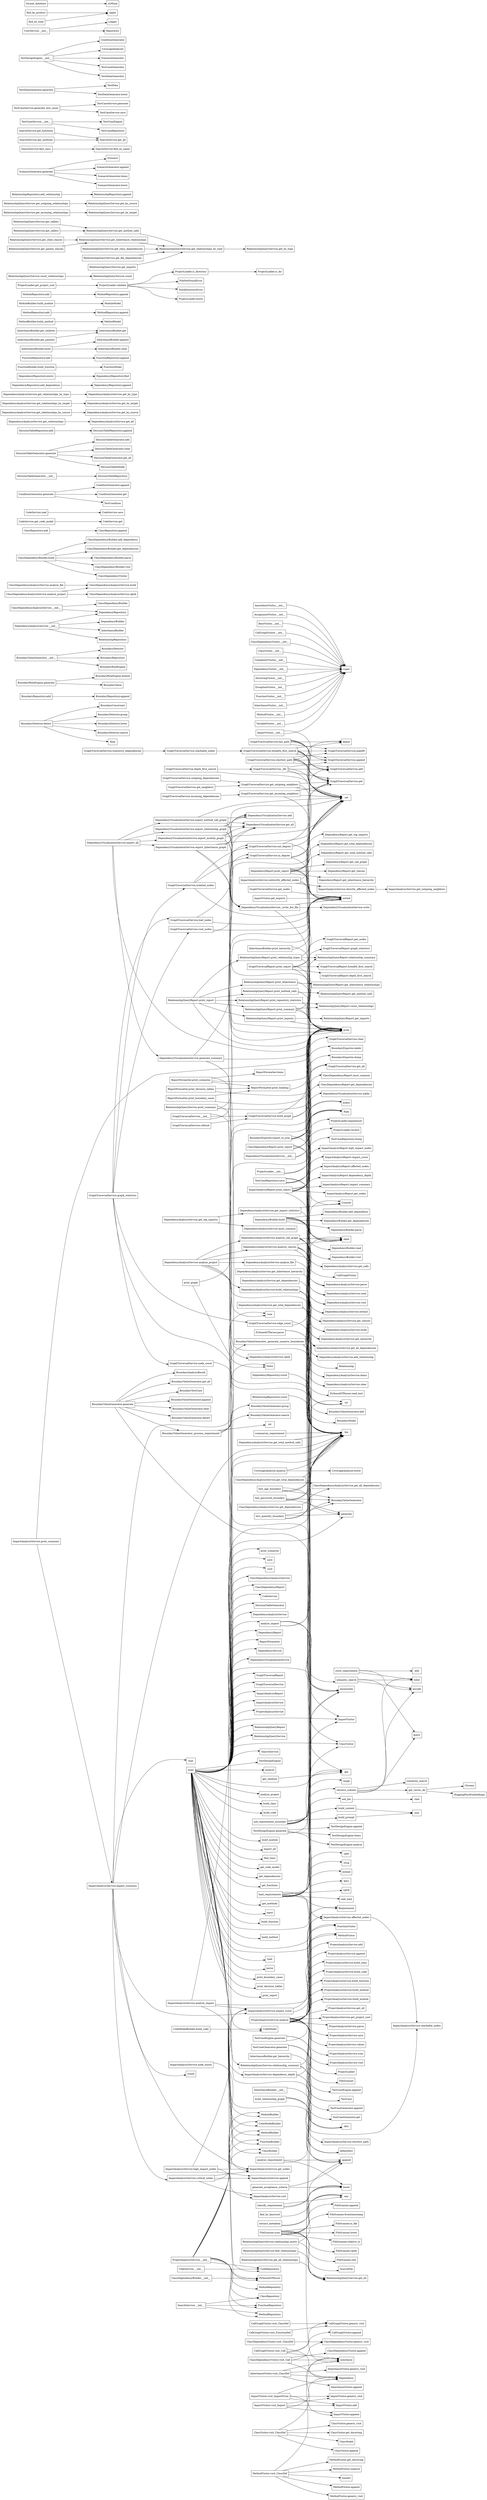
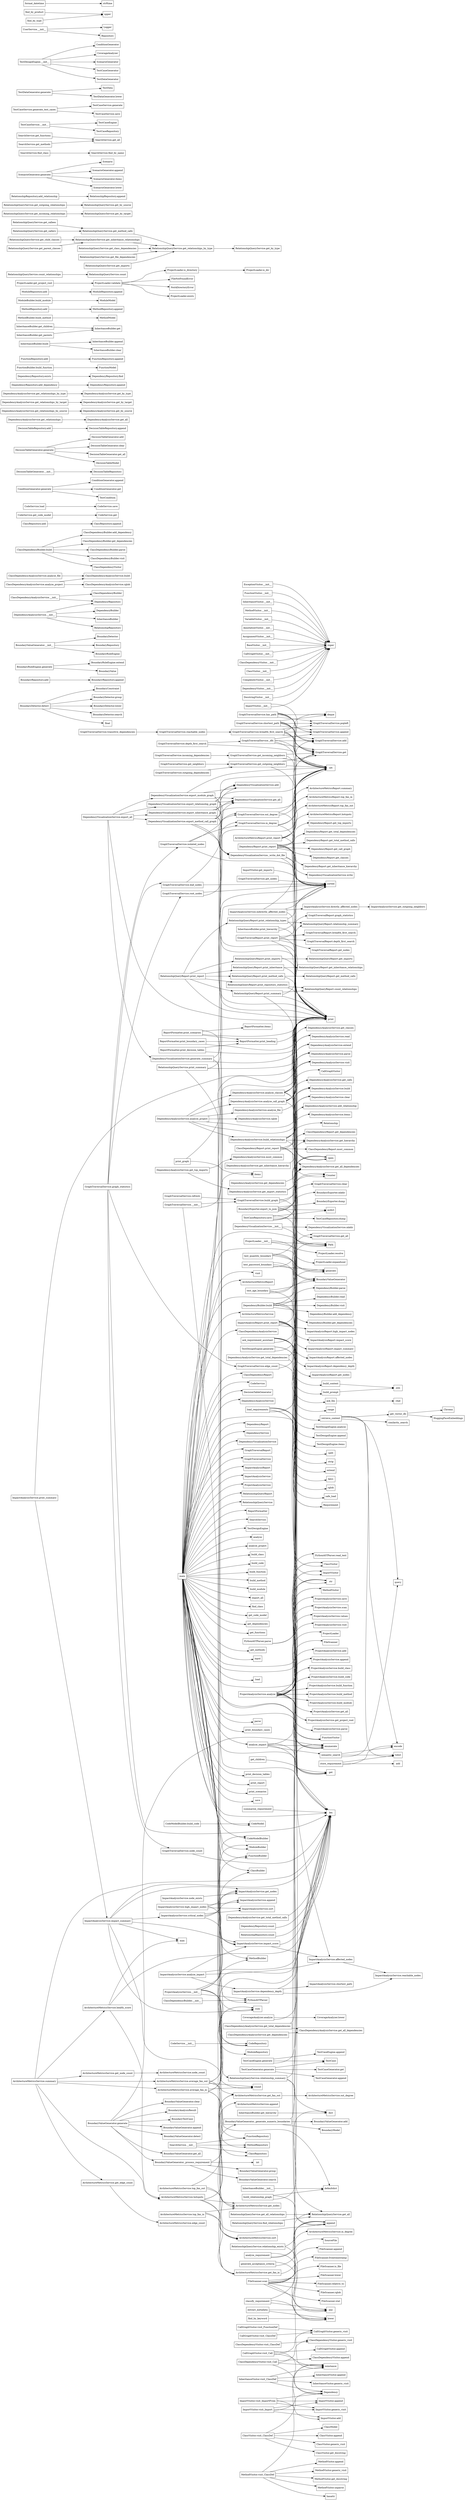
digraph "Method Call Graph" {
    rankdir=LR;
    node [shape=box];

    "AnnotationVisitor.__init__" -> "super";
+     "ArchitectureMetricsReport.print_report" -> "ArchitectureMetricsReport.hotspots";
+     "ArchitectureMetricsReport.print_report" -> "ArchitectureMetricsReport.summary";
+     "ArchitectureMetricsReport.print_report" -> "ArchitectureMetricsReport.top_fan_in";
+     "ArchitectureMetricsReport.print_report" -> "ArchitectureMetricsReport.top_fan_out";
+     "ArchitectureMetricsReport.print_report" -> "print";
+     "ArchitectureMetricsService.average_fan_in" -> "ArchitectureMetricsService.get_fan_in";
+     "ArchitectureMetricsService.average_fan_in" -> "ArchitectureMetricsService.get_nodes";
+     "ArchitectureMetricsService.average_fan_in" -> "len";
+     "ArchitectureMetricsService.average_fan_in" -> "round";
+     "ArchitectureMetricsService.average_fan_in" -> "sum";
+     "ArchitectureMetricsService.average_fan_out" -> "ArchitectureMetricsService.get_fan_out";
+     "ArchitectureMetricsService.average_fan_out" -> "ArchitectureMetricsService.get_nodes";
+     "ArchitectureMetricsService.average_fan_out" -> "len";
+     "ArchitectureMetricsService.average_fan_out" -> "round";
+     "ArchitectureMetricsService.average_fan_out" -> "sum";
+     "ArchitectureMetricsService.get_edge_count" -> "ArchitectureMetricsService.edge_count";
+     "ArchitectureMetricsService.get_fan_in" -> "ArchitectureMetricsService.in_degree";
+     "ArchitectureMetricsService.get_fan_out" -> "ArchitectureMetricsService.out_degree";
+     "ArchitectureMetricsService.get_node_count" -> "ArchitectureMetricsService.node_count";
+     "ArchitectureMetricsService.health_score" -> "ArchitectureMetricsService.hotspots";
+     "ArchitectureMetricsService.health_score" -> "len";
+     "ArchitectureMetricsService.health_score" -> "max";
+     "ArchitectureMetricsService.hotspots" -> "ArchitectureMetricsService.append";
+     "ArchitectureMetricsService.hotspots" -> "ArchitectureMetricsService.get_fan_in";
+     "ArchitectureMetricsService.hotspots" -> "ArchitectureMetricsService.get_fan_out";
+     "ArchitectureMetricsService.hotspots" -> "ArchitectureMetricsService.get_nodes";
+     "ArchitectureMetricsService.hotspots" -> "ArchitectureMetricsService.sort";
+     "ArchitectureMetricsService.summary" -> "ArchitectureMetricsService.average_fan_in";
+     "ArchitectureMetricsService.summary" -> "ArchitectureMetricsService.average_fan_out";
+     "ArchitectureMetricsService.summary" -> "ArchitectureMetricsService.get_edge_count";
+     "ArchitectureMetricsService.summary" -> "ArchitectureMetricsService.get_node_count";
+     "ArchitectureMetricsService.summary" -> "ArchitectureMetricsService.health_score";
+     "ArchitectureMetricsService.summary" -> "ArchitectureMetricsService.hotspots";
+     "ArchitectureMetricsService.summary" -> "len";
+     "ArchitectureMetricsService.top_fan_in" -> "ArchitectureMetricsService.get_fan_in";
+     "ArchitectureMetricsService.top_fan_in" -> "ArchitectureMetricsService.get_nodes";
+     "ArchitectureMetricsService.top_fan_in" -> "ArchitectureMetricsService.sort";
+     "ArchitectureMetricsService.top_fan_out" -> "ArchitectureMetricsService.get_fan_out";
+     "ArchitectureMetricsService.top_fan_out" -> "ArchitectureMetricsService.get_nodes";
+     "ArchitectureMetricsService.top_fan_out" -> "ArchitectureMetricsService.sort";
    "AssignmentVisitor.__init__" -> "super";
    "BaseVisitor.__init__" -> "super";
    "BoundaryDetector.detect" -> "BoundaryConstraint";
    "BoundaryDetector.detect" -> "BoundaryDetector.group";
    "BoundaryDetector.detect" -> "BoundaryDetector.lower";
    "BoundaryDetector.detect" -> "BoundaryDetector.search";
    "BoundaryDetector.detect" -> "float";
    "BoundaryExporter.export_to_json" -> "BoundaryExporter.dump";
    "BoundaryExporter.export_to_json" -> "BoundaryExporter.mkdir";
    "BoundaryExporter.export_to_json" -> "Path";
    "BoundaryExporter.export_to_json" -> "asdict";
    "BoundaryExporter.export_to_json" -> "open";
    "BoundaryExporter.export_to_json" -> "print";
    "BoundaryRepository.add" -> "BoundaryRepository.append";
    "BoundaryRuleEngine.generate" -> "BoundaryRuleEngine.extend";
    "BoundaryRuleEngine.generate" -> "BoundaryValue";
    "BoundaryValueGenerator.__init__" -> "BoundaryDetector";
    "BoundaryValueGenerator.__init__" -> "BoundaryRepository";
    "BoundaryValueGenerator.__init__" -> "BoundaryRuleEngine";
    "BoundaryValueGenerator._generate_numeric_boundaries" -> "BoundaryModel";
    "BoundaryValueGenerator._generate_numeric_boundaries" -> "BoundaryValueGenerator.add";
    "BoundaryValueGenerator._generate_numeric_boundaries" -> "str";
    "BoundaryValueGenerator._process_requirement" -> "BoundaryValueGenerator._generate_numeric_boundaries";
    "BoundaryValueGenerator._process_requirement" -> "BoundaryValueGenerator.group";
    "BoundaryValueGenerator._process_requirement" -> "BoundaryValueGenerator.search";
    "BoundaryValueGenerator._process_requirement" -> "int";
    "BoundaryValueGenerator.generate" -> "BoundaryAnalysisResult";
    "BoundaryValueGenerator.generate" -> "BoundaryTestCase";
    "BoundaryValueGenerator.generate" -> "BoundaryValueGenerator._process_requirement";
    "BoundaryValueGenerator.generate" -> "BoundaryValueGenerator.append";
    "BoundaryValueGenerator.generate" -> "BoundaryValueGenerator.clear";
    "BoundaryValueGenerator.generate" -> "BoundaryValueGenerator.detect";
    "BoundaryValueGenerator.generate" -> "BoundaryValueGenerator.get_all";
    "BoundaryValueGenerator.generate" -> "enumerate";
    "CallGraphVisitor.__init__" -> "super";
    "CallGraphVisitor.visit_Call" -> "CallGraphVisitor.append";
    "CallGraphVisitor.visit_Call" -> "CallGraphVisitor.generic_visit";
    "CallGraphVisitor.visit_Call" -> "Dependency";
    "CallGraphVisitor.visit_Call" -> "isinstance";
    "CallGraphVisitor.visit_ClassDef" -> "CallGraphVisitor.generic_visit";
    "CallGraphVisitor.visit_FunctionDef" -> "CallGraphVisitor.generic_visit";
    "ClassDependencyAnalysisService.__init__" -> "ClassDependencyBuilder";
    "ClassDependencyAnalysisService.__init__" -> "DependencyRepository";
    "ClassDependencyAnalysisService.analyze_file" -> "ClassDependencyAnalysisService.build";
    "ClassDependencyAnalysisService.analyze_project" -> "ClassDependencyAnalysisService.build";
    "ClassDependencyAnalysisService.analyze_project" -> "ClassDependencyAnalysisService.rglob";
    "ClassDependencyAnalysisService.get_dependencies" -> "ClassDependencyAnalysisService.get_all_dependencies";
    "ClassDependencyAnalysisService.get_total_dependencies" -> "ClassDependencyAnalysisService.get_all_dependencies";
    "ClassDependencyAnalysisService.get_total_dependencies" -> "len";
    "ClassDependencyBuilder.__init__" -> "PythonASTParser";
    "ClassDependencyBuilder.build" -> "ClassDependencyBuilder.add_dependency";
    "ClassDependencyBuilder.build" -> "ClassDependencyBuilder.get_dependencies";
    "ClassDependencyBuilder.build" -> "ClassDependencyBuilder.parse";
    "ClassDependencyBuilder.build" -> "ClassDependencyBuilder.visit";
    "ClassDependencyBuilder.build" -> "ClassDependencyVisitor";
    "ClassDependencyReport.print_report" -> "ClassDependencyReport.get_dependencies";
    "ClassDependencyReport.print_report" -> "ClassDependencyReport.most_common";
    "ClassDependencyReport.print_report" -> "Counter";
    "ClassDependencyReport.print_report" -> "len";
    "ClassDependencyReport.print_report" -> "print";
    "ClassDependencyVisitor.__init__" -> "super";
    "ClassDependencyVisitor.visit_Call" -> "ClassDependencyVisitor.append";
    "ClassDependencyVisitor.visit_Call" -> "ClassDependencyVisitor.generic_visit";
    "ClassDependencyVisitor.visit_Call" -> "Dependency";
    "ClassDependencyVisitor.visit_Call" -> "isinstance";
    "ClassDependencyVisitor.visit_ClassDef" -> "ClassDependencyVisitor.generic_visit";
    "ClassRepository.add" -> "ClassRepository.append";
    "ClassVisitor.__init__" -> "super";
    "ClassVisitor.visit_ClassDef" -> "ClassModel";
    "ClassVisitor.visit_ClassDef" -> "ClassVisitor.append";
    "ClassVisitor.visit_ClassDef" -> "ClassVisitor.generic_visit";
    "ClassVisitor.visit_ClassDef" -> "ClassVisitor.get_docstring";
    "ClassVisitor.visit_ClassDef" -> "isinstance";
    "CodeModelBuilder.build_code" -> "CodeModel";
    "CodeService.__init__" -> "CodeRepository";
    "CodeService.get_code_model" -> "CodeService.get";
    "CodeService.load" -> "CodeService.save";
    "ComplexityVisitor.__init__" -> "super";
    "ConditionGenerator.generate" -> "ConditionGenerator.append";
    "ConditionGenerator.generate" -> "ConditionGenerator.get";
    "ConditionGenerator.generate" -> "TestCondition";
    "CoverageAnalyzer.analyze" -> "CoverageAnalyzer.lower";
    "CoverageAnalyzer.analyze" -> "len";
    "DecisionTableGenerator.__init__" -> "DecisionTableRepository";
    "DecisionTableGenerator.generate" -> "DecisionTableGenerator.add";
    "DecisionTableGenerator.generate" -> "DecisionTableGenerator.clear";
    "DecisionTableGenerator.generate" -> "DecisionTableGenerator.get_all";
    "DecisionTableGenerator.generate" -> "DecisionTableModel";
    "DecisionTableRepository.add" -> "DecisionTableRepository.append";
    "DependencyAnalysisService.__init__" -> "DependencyBuilder";
    "DependencyAnalysisService.__init__" -> "DependencyRepository";
    "DependencyAnalysisService.__init__" -> "InheritanceBuilder";
    "DependencyAnalysisService.__init__" -> "RelationshipRepository";
    "DependencyAnalysisService.analyze_call_graph" -> "CallGraphVisitor";
    "DependencyAnalysisService.analyze_call_graph" -> "DependencyAnalysisService.extend";
    "DependencyAnalysisService.analyze_call_graph" -> "DependencyAnalysisService.get_calls";
    "DependencyAnalysisService.analyze_call_graph" -> "DependencyAnalysisService.parse";
    "DependencyAnalysisService.analyze_call_graph" -> "DependencyAnalysisService.read";
    "DependencyAnalysisService.analyze_call_graph" -> "DependencyAnalysisService.visit";
    "DependencyAnalysisService.analyze_call_graph" -> "open";
    "DependencyAnalysisService.analyze_classes" -> "ClassVisitor";
    "DependencyAnalysisService.analyze_classes" -> "DependencyAnalysisService.extend";
    "DependencyAnalysisService.analyze_classes" -> "DependencyAnalysisService.get_classes";
    "DependencyAnalysisService.analyze_classes" -> "DependencyAnalysisService.parse";
    "DependencyAnalysisService.analyze_classes" -> "DependencyAnalysisService.read";
    "DependencyAnalysisService.analyze_classes" -> "DependencyAnalysisService.visit";
    "DependencyAnalysisService.analyze_classes" -> "open";
    "DependencyAnalysisService.analyze_file" -> "DependencyAnalysisService.build";
    "DependencyAnalysisService.analyze_project" -> "DependencyAnalysisService.analyze_call_graph";
    "DependencyAnalysisService.analyze_project" -> "DependencyAnalysisService.analyze_classes";
    "DependencyAnalysisService.analyze_project" -> "DependencyAnalysisService.analyze_file";
    "DependencyAnalysisService.analyze_project" -> "DependencyAnalysisService.build";
    "DependencyAnalysisService.analyze_project" -> "DependencyAnalysisService.build_relationships";
    "DependencyAnalysisService.analyze_project" -> "DependencyAnalysisService.clear";
    "DependencyAnalysisService.analyze_project" -> "DependencyAnalysisService.rglob";
    "DependencyAnalysisService.build_relationships" -> "DependencyAnalysisService.add_relationship";
    "DependencyAnalysisService.build_relationships" -> "DependencyAnalysisService.clear";
    "DependencyAnalysisService.build_relationships" -> "DependencyAnalysisService.get_all_dependencies";
    "DependencyAnalysisService.build_relationships" -> "DependencyAnalysisService.get_hierarchy";
    "DependencyAnalysisService.build_relationships" -> "DependencyAnalysisService.items";
    "DependencyAnalysisService.build_relationships" -> "Relationship";
    "DependencyAnalysisService.get_dependencies" -> "DependencyAnalysisService.get_all_dependencies";
    "DependencyAnalysisService.get_import_statistics" -> "Counter";
    "DependencyAnalysisService.get_import_statistics" -> "DependencyAnalysisService.get_all_dependencies";
    "DependencyAnalysisService.get_inheritance_hierarchy" -> "DependencyAnalysisService.get_hierarchy";
    "DependencyAnalysisService.get_relationships" -> "DependencyAnalysisService.get_all";
    "DependencyAnalysisService.get_relationships_by_source" -> "DependencyAnalysisService.get_by_source";
    "DependencyAnalysisService.get_relationships_by_target" -> "DependencyAnalysisService.get_by_target";
    "DependencyAnalysisService.get_relationships_by_type" -> "DependencyAnalysisService.get_by_type";
    "DependencyAnalysisService.get_top_imports" -> "DependencyAnalysisService.get_import_statistics";
    "DependencyAnalysisService.get_top_imports" -> "DependencyAnalysisService.most_common";
    "DependencyAnalysisService.get_total_dependencies" -> "DependencyAnalysisService.get_all_dependencies";
    "DependencyAnalysisService.get_total_dependencies" -> "len";
    "DependencyAnalysisService.get_total_method_calls" -> "len";
    "DependencyBuilder.build" -> "DependencyBuilder.add_dependency";
    "DependencyBuilder.build" -> "DependencyBuilder.get_dependencies";
    "DependencyBuilder.build" -> "DependencyBuilder.parse";
    "DependencyBuilder.build" -> "DependencyBuilder.read";
    "DependencyBuilder.build" -> "DependencyBuilder.visit";
    "DependencyBuilder.build" -> "ImportVisitor";
    "DependencyBuilder.build" -> "open";
    "DependencyBuilder.build" -> "str";
    "DependencyReport.print_report" -> "DependencyReport.get_call_graph";
    "DependencyReport.print_report" -> "DependencyReport.get_classes";
    "DependencyReport.print_report" -> "DependencyReport.get_inheritance_hierarchy";
    "DependencyReport.print_report" -> "DependencyReport.get_top_imports";
    "DependencyReport.print_report" -> "DependencyReport.get_total_dependencies";
    "DependencyReport.print_report" -> "DependencyReport.get_total_method_calls";
    "DependencyReport.print_report" -> "len";
    "DependencyReport.print_report" -> "print";
    "DependencyReport.print_report" -> "sorted";
    "DependencyRepository.add_dependency" -> "DependencyRepository.append";
    "DependencyRepository.count" -> "len";
    "DependencyRepository.exists" -> "DependencyRepository.find";
    "DependencyVisitor.__init__" -> "super";
    "DependencyVisualizationService.__init__" -> "DependencyVisualizationService.mkdir";
    "DependencyVisualizationService.__init__" -> "Path";
    "DependencyVisualizationService._write_dot_file" -> "DependencyVisualizationService.write";
    "DependencyVisualizationService._write_dot_file" -> "open";
    "DependencyVisualizationService._write_dot_file" -> "sorted";
    "DependencyVisualizationService.export_all" -> "DependencyVisualizationService.export_inheritance_graph";
    "DependencyVisualizationService.export_all" -> "DependencyVisualizationService.export_method_call_graph";
    "DependencyVisualizationService.export_all" -> "DependencyVisualizationService.export_module_graph";
    "DependencyVisualizationService.export_all" -> "DependencyVisualizationService.export_relationship_graph";
    "DependencyVisualizationService.export_all" -> "DependencyVisualizationService.generate_summary";
    "DependencyVisualizationService.export_all" -> "print";
    "DependencyVisualizationService.export_inheritance_graph" -> "DependencyVisualizationService._write_dot_file";
    "DependencyVisualizationService.export_inheritance_graph" -> "DependencyVisualizationService.add";
    "DependencyVisualizationService.export_inheritance_graph" -> "DependencyVisualizationService.get_all";
    "DependencyVisualizationService.export_inheritance_graph" -> "print";
    "DependencyVisualizationService.export_inheritance_graph" -> "set";
    "DependencyVisualizationService.export_method_call_graph" -> "DependencyVisualizationService._write_dot_file";
    "DependencyVisualizationService.export_method_call_graph" -> "DependencyVisualizationService.add";
    "DependencyVisualizationService.export_method_call_graph" -> "DependencyVisualizationService.get_all";
    "DependencyVisualizationService.export_method_call_graph" -> "print";
    "DependencyVisualizationService.export_method_call_graph" -> "set";
    "DependencyVisualizationService.export_module_graph" -> "DependencyVisualizationService._write_dot_file";
    "DependencyVisualizationService.export_module_graph" -> "DependencyVisualizationService.add";
    "DependencyVisualizationService.export_module_graph" -> "DependencyVisualizationService.get_all";
    "DependencyVisualizationService.export_module_graph" -> "print";
    "DependencyVisualizationService.export_module_graph" -> "set";
    "DependencyVisualizationService.export_relationship_graph" -> "DependencyVisualizationService._write_dot_file";
    "DependencyVisualizationService.export_relationship_graph" -> "DependencyVisualizationService.add";
    "DependencyVisualizationService.export_relationship_graph" -> "DependencyVisualizationService.get_all";
    "DependencyVisualizationService.export_relationship_graph" -> "print";
    "DependencyVisualizationService.export_relationship_graph" -> "set";
    "DependencyVisualizationService.generate_summary" -> "DependencyVisualizationService.get_all";
    "DependencyVisualizationService.generate_summary" -> "len";
    "DependencyVisualizationService.generate_summary" -> "print";
    "DependencyVisualizationService.generate_summary" -> "sum";
    "DocstringVisitor.__init__" -> "super";
    "ExceptionVisitor.__init__" -> "super";
    "FileScanner.scan" -> "FileScanner.append";
    "FileScanner.scan" -> "FileScanner.fromtimestamp";
    "FileScanner.scan" -> "FileScanner.is_file";
    "FileScanner.scan" -> "FileScanner.lower";
    "FileScanner.scan" -> "FileScanner.relative_to";
    "FileScanner.scan" -> "FileScanner.rglob";
    "FileScanner.scan" -> "FileScanner.stat";
    "FileScanner.scan" -> "SourceFile";
    "FileScanner.scan" -> "any";
    "FunctionBuilder.build_function" -> "FunctionModel";
    "FunctionRepository.add" -> "FunctionRepository.append";
    "FunctionVisitor.__init__" -> "super";
    "GraphTraversalReport.print_report" -> "GraphTraversalReport.breadth_first_search";
    "GraphTraversalReport.print_report" -> "GraphTraversalReport.depth_first_search";
    "GraphTraversalReport.print_report" -> "GraphTraversalReport.get_nodes";
    "GraphTraversalReport.print_report" -> "GraphTraversalReport.graph_statistics";
    "GraphTraversalReport.print_report" -> "len";
    "GraphTraversalReport.print_report" -> "print";
    "GraphTraversalService.__init__" -> "GraphTraversalService.build_graph";
    "GraphTraversalService.__init__" -> "defaultdict";
    "GraphTraversalService.__init__" -> "set";
    "GraphTraversalService._dfs" -> "GraphTraversalService.add";
    "GraphTraversalService._dfs" -> "GraphTraversalService.append";
    "GraphTraversalService._dfs" -> "GraphTraversalService.get";
    "GraphTraversalService._dfs" -> "set";
    "GraphTraversalService._dfs" -> "sorted";
    "GraphTraversalService.breadth_first_search" -> "GraphTraversalService.add";
    "GraphTraversalService.breadth_first_search" -> "GraphTraversalService.append";
    "GraphTraversalService.breadth_first_search" -> "GraphTraversalService.get";
    "GraphTraversalService.breadth_first_search" -> "GraphTraversalService.popleft";
    "GraphTraversalService.breadth_first_search" -> "deque";
    "GraphTraversalService.breadth_first_search" -> "set";
    "GraphTraversalService.breadth_first_search" -> "sorted";
    "GraphTraversalService.build_graph" -> "GraphTraversalService.add";
    "GraphTraversalService.build_graph" -> "GraphTraversalService.clear";
    "GraphTraversalService.build_graph" -> "GraphTraversalService.get_all";
    "GraphTraversalService.depth_first_search" -> "GraphTraversalService._dfs";
    "GraphTraversalService.depth_first_search" -> "set";
    "GraphTraversalService.edge_count" -> "GraphTraversalService.get_all";
    "GraphTraversalService.edge_count" -> "len";
    "GraphTraversalService.get_incoming_neighbors" -> "GraphTraversalService.get";
    "GraphTraversalService.get_incoming_neighbors" -> "set";
    "GraphTraversalService.get_incoming_neighbors" -> "sorted";
    "GraphTraversalService.get_neighbors" -> "GraphTraversalService.get_outgoing_neighbors";
    "GraphTraversalService.get_nodes" -> "sorted";
    "GraphTraversalService.get_outgoing_neighbors" -> "GraphTraversalService.get";
    "GraphTraversalService.get_outgoing_neighbors" -> "set";
    "GraphTraversalService.get_outgoing_neighbors" -> "sorted";
    "GraphTraversalService.graph_statistics" -> "GraphTraversalService.edge_count";
    "GraphTraversalService.graph_statistics" -> "GraphTraversalService.isolated_nodes";
    "GraphTraversalService.graph_statistics" -> "GraphTraversalService.leaf_nodes";
    "GraphTraversalService.graph_statistics" -> "GraphTraversalService.node_count";
    "GraphTraversalService.graph_statistics" -> "GraphTraversalService.root_nodes";
    "GraphTraversalService.graph_statistics" -> "len";
    "GraphTraversalService.has_path" -> "GraphTraversalService.add";
    "GraphTraversalService.has_path" -> "GraphTraversalService.append";
    "GraphTraversalService.has_path" -> "GraphTraversalService.get";
    "GraphTraversalService.has_path" -> "GraphTraversalService.popleft";
    "GraphTraversalService.has_path" -> "deque";
    "GraphTraversalService.has_path" -> "set";
    "GraphTraversalService.in_degree" -> "GraphTraversalService.get";
    "GraphTraversalService.in_degree" -> "len";
    "GraphTraversalService.in_degree" -> "set";
    "GraphTraversalService.incoming_dependencies" -> "GraphTraversalService.get_incoming_neighbors";
    "GraphTraversalService.isolated_nodes" -> "GraphTraversalService.in_degree";
    "GraphTraversalService.isolated_nodes" -> "GraphTraversalService.out_degree";
    "GraphTraversalService.isolated_nodes" -> "sorted";
    "GraphTraversalService.leaf_nodes" -> "GraphTraversalService.out_degree";
    "GraphTraversalService.leaf_nodes" -> "sorted";
    "GraphTraversalService.node_count" -> "len";
    "GraphTraversalService.out_degree" -> "GraphTraversalService.get";
    "GraphTraversalService.out_degree" -> "len";
    "GraphTraversalService.out_degree" -> "set";
    "GraphTraversalService.outgoing_dependencies" -> "GraphTraversalService.get_outgoing_neighbors";
    "GraphTraversalService.reachable_nodes" -> "GraphTraversalService.breadth_first_search";
    "GraphTraversalService.refresh" -> "GraphTraversalService.build_graph";
    "GraphTraversalService.root_nodes" -> "GraphTraversalService.in_degree";
    "GraphTraversalService.root_nodes" -> "sorted";
    "GraphTraversalService.shortest_path" -> "GraphTraversalService.add";
    "GraphTraversalService.shortest_path" -> "GraphTraversalService.append";
    "GraphTraversalService.shortest_path" -> "GraphTraversalService.get";
    "GraphTraversalService.shortest_path" -> "GraphTraversalService.popleft";
    "GraphTraversalService.shortest_path" -> "deque";
    "GraphTraversalService.shortest_path" -> "set";
    "GraphTraversalService.shortest_path" -> "sorted";
    "GraphTraversalService.transitive_dependencies" -> "GraphTraversalService.reachable_nodes";
    "ImpactAnalysisReport.print_report" -> "ImpactAnalysisReport.affected_nodes";
    "ImpactAnalysisReport.print_report" -> "ImpactAnalysisReport.dependency_depth";
    "ImpactAnalysisReport.print_report" -> "ImpactAnalysisReport.get_nodes";
    "ImpactAnalysisReport.print_report" -> "ImpactAnalysisReport.high_impact_nodes";
    "ImpactAnalysisReport.print_report" -> "ImpactAnalysisReport.impact_score";
    "ImpactAnalysisReport.print_report" -> "ImpactAnalysisReport.impact_summary";
    "ImpactAnalysisReport.print_report" -> "len";
    "ImpactAnalysisReport.print_report" -> "print";
    "ImpactAnalysisService.affected_nodes" -> "ImpactAnalysisService.reachable_nodes";
    "ImpactAnalysisService.analyze_impact" -> "ImpactAnalysisService.affected_nodes";
    "ImpactAnalysisService.analyze_impact" -> "ImpactAnalysisService.dependency_depth";
    "ImpactAnalysisService.analyze_impact" -> "ImpactAnalysisService.impact_score";
    "ImpactAnalysisService.analyze_impact" -> "len";
    "ImpactAnalysisService.critical_nodes" -> "ImpactAnalysisService.append";
    "ImpactAnalysisService.critical_nodes" -> "ImpactAnalysisService.get_nodes";
    "ImpactAnalysisService.critical_nodes" -> "ImpactAnalysisService.impact_score";
    "ImpactAnalysisService.critical_nodes" -> "ImpactAnalysisService.sort";
    "ImpactAnalysisService.dependency_depth" -> "ImpactAnalysisService.reachable_nodes";
    "ImpactAnalysisService.dependency_depth" -> "ImpactAnalysisService.shortest_path";
    "ImpactAnalysisService.dependency_depth" -> "len";
    "ImpactAnalysisService.directly_affected_nodes" -> "ImpactAnalysisService.get_outgoing_neighbors";
    "ImpactAnalysisService.high_impact_nodes" -> "ImpactAnalysisService.append";
    "ImpactAnalysisService.high_impact_nodes" -> "ImpactAnalysisService.get_nodes";
    "ImpactAnalysisService.high_impact_nodes" -> "ImpactAnalysisService.impact_score";
    "ImpactAnalysisService.high_impact_nodes" -> "ImpactAnalysisService.sort";
    "ImpactAnalysisService.impact_score" -> "ImpactAnalysisService.affected_nodes";
    "ImpactAnalysisService.impact_score" -> "len";
    "ImpactAnalysisService.impact_summary" -> "ImpactAnalysisService.critical_nodes";
    "ImpactAnalysisService.impact_summary" -> "ImpactAnalysisService.get_nodes";
    "ImpactAnalysisService.impact_summary" -> "ImpactAnalysisService.impact_score";
    "ImpactAnalysisService.impact_summary" -> "len";
    "ImpactAnalysisService.impact_summary" -> "max";
    "ImpactAnalysisService.impact_summary" -> "round";
    "ImpactAnalysisService.impact_summary" -> "sum";
    "ImpactAnalysisService.indirectly_affected_nodes" -> "ImpactAnalysisService.affected_nodes";
    "ImpactAnalysisService.indirectly_affected_nodes" -> "ImpactAnalysisService.directly_affected_nodes";
    "ImpactAnalysisService.indirectly_affected_nodes" -> "set";
    "ImpactAnalysisService.indirectly_affected_nodes" -> "sorted";
    "ImpactAnalysisService.node_exists" -> "ImpactAnalysisService.get_nodes";
    "ImpactAnalysisService.print_summary" -> "ImpactAnalysisService.impact_summary";
    "ImpactAnalysisService.print_summary" -> "print";
    "ImportVisitor.__init__" -> "set";
    "ImportVisitor.__init__" -> "super";
    "ImportVisitor.get_imports" -> "sorted";
    "ImportVisitor.visit_Import" -> "Dependency";
    "ImportVisitor.visit_Import" -> "ImportVisitor.add";
    "ImportVisitor.visit_Import" -> "ImportVisitor.append";
    "ImportVisitor.visit_Import" -> "ImportVisitor.generic_visit";
    "ImportVisitor.visit_ImportFrom" -> "Dependency";
    "ImportVisitor.visit_ImportFrom" -> "ImportVisitor.add";
    "ImportVisitor.visit_ImportFrom" -> "ImportVisitor.append";
    "ImportVisitor.visit_ImportFrom" -> "ImportVisitor.generic_visit";
    "InheritanceBuilder.__init__" -> "defaultdict";
    "InheritanceBuilder.build" -> "InheritanceBuilder.append";
    "InheritanceBuilder.build" -> "InheritanceBuilder.clear";
    "InheritanceBuilder.get_children" -> "InheritanceBuilder.get";
    "InheritanceBuilder.get_hierarchy" -> "dict";
    "InheritanceBuilder.get_parents" -> "InheritanceBuilder.get";
    "InheritanceBuilder.print_hierarchy" -> "print";
    "InheritanceBuilder.print_hierarchy" -> "sorted";
    "InheritanceVisitor.__init__" -> "super";
    "InheritanceVisitor.visit_ClassDef" -> "Dependency";
    "InheritanceVisitor.visit_ClassDef" -> "InheritanceVisitor.append";
    "InheritanceVisitor.visit_ClassDef" -> "InheritanceVisitor.generic_visit";
    "InheritanceVisitor.visit_ClassDef" -> "isinstance";
    "MethodBuilder.build_method" -> "MethodModel";
    "MethodRepository.add" -> "MethodRepository.append";
    "MethodVisitor.__init__" -> "super";
    "MethodVisitor.visit_ClassDef" -> "MethodVisitor.append";
    "MethodVisitor.visit_ClassDef" -> "MethodVisitor.generic_visit";
    "MethodVisitor.visit_ClassDef" -> "MethodVisitor.get_docstring";
    "MethodVisitor.visit_ClassDef" -> "MethodVisitor.unparse";
    "MethodVisitor.visit_ClassDef" -> "hasattr";
    "MethodVisitor.visit_ClassDef" -> "isinstance";
    "ModuleBuilder.build_module" -> "ModuleModel";
    "ModuleRepository.add" -> "ModuleRepository.append";
    "ProjectAnalysisService.__init__" -> "ClassBuilder";
    "ProjectAnalysisService.__init__" -> "ClassRepository";
    "ProjectAnalysisService.__init__" -> "CodeModelBuilder";
    "ProjectAnalysisService.__init__" -> "CodeRepository";
    "ProjectAnalysisService.__init__" -> "FunctionBuilder";
    "ProjectAnalysisService.__init__" -> "FunctionRepository";
    "ProjectAnalysisService.__init__" -> "MethodBuilder";
    "ProjectAnalysisService.__init__" -> "MethodRepository";
    "ProjectAnalysisService.__init__" -> "ModuleBuilder";
    "ProjectAnalysisService.__init__" -> "ModuleRepository";
    "ProjectAnalysisService.__init__" -> "PythonASTParser";
    "ProjectAnalysisService.analyze" -> "ClassVisitor";
    "ProjectAnalysisService.analyze" -> "FileScanner";
    "ProjectAnalysisService.analyze" -> "FunctionVisitor";
    "ProjectAnalysisService.analyze" -> "ImportVisitor";
    "ProjectAnalysisService.analyze" -> "MethodVisitor";
    "ProjectAnalysisService.analyze" -> "ProjectAnalysisService.add";
    "ProjectAnalysisService.analyze" -> "ProjectAnalysisService.append";
    "ProjectAnalysisService.analyze" -> "ProjectAnalysisService.build_class";
    "ProjectAnalysisService.analyze" -> "ProjectAnalysisService.build_code";
    "ProjectAnalysisService.analyze" -> "ProjectAnalysisService.build_function";
    "ProjectAnalysisService.analyze" -> "ProjectAnalysisService.build_method";
    "ProjectAnalysisService.analyze" -> "ProjectAnalysisService.build_module";
    "ProjectAnalysisService.analyze" -> "ProjectAnalysisService.get_all";
    "ProjectAnalysisService.analyze" -> "ProjectAnalysisService.get_project_root";
    "ProjectAnalysisService.analyze" -> "ProjectAnalysisService.parse";
    "ProjectAnalysisService.analyze" -> "ProjectAnalysisService.save";
    "ProjectAnalysisService.analyze" -> "ProjectAnalysisService.scan";
    "ProjectAnalysisService.analyze" -> "ProjectAnalysisService.values";
    "ProjectAnalysisService.analyze" -> "ProjectAnalysisService.visit";
    "ProjectAnalysisService.analyze" -> "ProjectLoader";
    "ProjectAnalysisService.analyze" -> "str";
    "ProjectLoader.__init__" -> "Path";
    "ProjectLoader.__init__" -> "ProjectLoader.expanduser";
    "ProjectLoader.__init__" -> "ProjectLoader.resolve";
    "ProjectLoader.get_project_root" -> "ProjectLoader.validate";
    "ProjectLoader.is_directory" -> "ProjectLoader.is_dir";
    "ProjectLoader.validate" -> "FileNotFoundError";
    "ProjectLoader.validate" -> "NotADirectoryError";
    "ProjectLoader.validate" -> "ProjectLoader.exists";
    "ProjectLoader.validate" -> "ProjectLoader.is_directory";
    "PythonASTParser.parse" -> "PythonASTParser.read_text";
    "PythonASTParser.parse" -> "str";
    "RelationshipQueryReport.print_imports" -> "RelationshipQueryReport.get_imports";
    "RelationshipQueryReport.print_imports" -> "print";
    "RelationshipQueryReport.print_inheritance" -> "RelationshipQueryReport.get_inheritance_relationships";
    "RelationshipQueryReport.print_inheritance" -> "print";
    "RelationshipQueryReport.print_method_calls" -> "RelationshipQueryReport.get_method_calls";
    "RelationshipQueryReport.print_method_calls" -> "print";
    "RelationshipQueryReport.print_relationship_types" -> "RelationshipQueryReport.relationship_summary";
    "RelationshipQueryReport.print_relationship_types" -> "print";
    "RelationshipQueryReport.print_relationship_types" -> "sorted";
    "RelationshipQueryReport.print_report" -> "RelationshipQueryReport.print_imports";
    "RelationshipQueryReport.print_report" -> "RelationshipQueryReport.print_inheritance";
    "RelationshipQueryReport.print_report" -> "RelationshipQueryReport.print_method_calls";
    "RelationshipQueryReport.print_report" -> "RelationshipQueryReport.print_relationship_types";
    "RelationshipQueryReport.print_report" -> "RelationshipQueryReport.print_repository_statistics";
    "RelationshipQueryReport.print_report" -> "RelationshipQueryReport.print_summary";
    "RelationshipQueryReport.print_report" -> "print";
    "RelationshipQueryReport.print_repository_statistics" -> "RelationshipQueryReport.count_relationships";
    "RelationshipQueryReport.print_repository_statistics" -> "print";
    "RelationshipQueryReport.print_summary" -> "RelationshipQueryReport.count_relationships";
    "RelationshipQueryReport.print_summary" -> "RelationshipQueryReport.relationship_summary";
    "RelationshipQueryReport.print_summary" -> "len";
    "RelationshipQueryReport.print_summary" -> "print";
    "RelationshipQueryService.count_relationships" -> "RelationshipQueryService.count";
    "RelationshipQueryService.find_relationships" -> "RelationshipQueryService.get_all";
    "RelationshipQueryService.get_all_relationships" -> "RelationshipQueryService.get_all";
    "RelationshipQueryService.get_callees" -> "RelationshipQueryService.get_method_calls";
    "RelationshipQueryService.get_callers" -> "RelationshipQueryService.get_method_calls";
    "RelationshipQueryService.get_child_classes" -> "RelationshipQueryService.get_inheritance_relationships";
    "RelationshipQueryService.get_class_dependencies" -> "RelationshipQueryService.get_relationships_by_type";
    "RelationshipQueryService.get_file_dependencies" -> "RelationshipQueryService.get_relationships_by_type";
    "RelationshipQueryService.get_imports" -> "RelationshipQueryService.get_relationships_by_type";
    "RelationshipQueryService.get_incoming_relationships" -> "RelationshipQueryService.get_by_target";
    "RelationshipQueryService.get_inheritance_relationships" -> "RelationshipQueryService.get_relationships_by_type";
    "RelationshipQueryService.get_method_calls" -> "RelationshipQueryService.get_relationships_by_type";
    "RelationshipQueryService.get_outgoing_relationships" -> "RelationshipQueryService.get_by_source";
    "RelationshipQueryService.get_parent_classes" -> "RelationshipQueryService.get_inheritance_relationships";
    "RelationshipQueryService.get_relationships_by_type" -> "RelationshipQueryService.get_by_type";
    "RelationshipQueryService.print_summary" -> "RelationshipQueryService.relationship_summary";
    "RelationshipQueryService.print_summary" -> "print";
    "RelationshipQueryService.print_summary" -> "sorted";
    "RelationshipQueryService.relationship_exists" -> "RelationshipQueryService.get_all";
    "RelationshipQueryService.relationship_exists" -> "any";
    "RelationshipQueryService.relationship_summary" -> "Counter";
    "RelationshipQueryService.relationship_summary" -> "RelationshipQueryService.get_all";
    "RelationshipQueryService.relationship_summary" -> "dict";
    "RelationshipRepository.add_relationship" -> "RelationshipRepository.append";
    "RelationshipRepository.count" -> "len";
    "ReportFormatter.print_boundary_cases" -> "ReportFormatter.print_heading";
    "ReportFormatter.print_boundary_cases" -> "print";
    "ReportFormatter.print_decision_tables" -> "ReportFormatter.print_heading";
    "ReportFormatter.print_decision_tables" -> "print";
    "ReportFormatter.print_heading" -> "print";
    "ReportFormatter.print_scenarios" -> "ReportFormatter.items";
    "ReportFormatter.print_scenarios" -> "ReportFormatter.print_heading";
    "ReportFormatter.print_scenarios" -> "enumerate";
    "ReportFormatter.print_scenarios" -> "print";
    "ScenarioGenerator.generate" -> "Scenario";
    "ScenarioGenerator.generate" -> "ScenarioGenerator.append";
    "ScenarioGenerator.generate" -> "ScenarioGenerator.items";
    "ScenarioGenerator.generate" -> "ScenarioGenerator.lower";
    "SearchService.__init__" -> "ClassRepository";
    "SearchService.__init__" -> "FunctionRepository";
    "SearchService.__init__" -> "MethodRepository";
    "SearchService.find_class" -> "SearchService.find_by_name";
    "SearchService.get_functions" -> "SearchService.get_all";
    "SearchService.get_methods" -> "SearchService.get_all";
    "TestCaseEngine.generate" -> "TestCase";
    "TestCaseEngine.generate" -> "TestCaseEngine.append";
    "TestCaseEngine.generate" -> "enumerate";
    "TestCaseGenerator.generate" -> "TestCase";
    "TestCaseGenerator.generate" -> "TestCaseGenerator.append";
    "TestCaseGenerator.generate" -> "TestCaseGenerator.get";
    "TestCaseRepository.save" -> "TestCaseRepository.dump";
    "TestCaseRepository.save" -> "asdict";
    "TestCaseRepository.save" -> "len";
    "TestCaseRepository.save" -> "open";
    "TestCaseRepository.save" -> "print";
    "TestCaseService.__init__" -> "TestCaseEngine";
    "TestCaseService.__init__" -> "TestCaseRepository";
    "TestCaseService.generate_test_cases" -> "TestCaseService.generate";
    "TestCaseService.generate_test_cases" -> "TestCaseService.save";
    "TestDataGenerator.generate" -> "TestData";
    "TestDataGenerator.generate" -> "TestDataGenerator.lower";
    "TestDesignEngine.__init__" -> "ConditionGenerator";
    "TestDesignEngine.__init__" -> "CoverageAnalyzer";
    "TestDesignEngine.__init__" -> "ScenarioGenerator";
    "TestDesignEngine.__init__" -> "TestCaseGenerator";
    "TestDesignEngine.__init__" -> "TestDataGenerator";
    "TestDesignEngine.generate" -> "TestDesignEngine.analyze";
    "TestDesignEngine.generate" -> "TestDesignEngine.append";
    "TestDesignEngine.generate" -> "TestDesignEngine.items";
    "TestDesignEngine.generate" -> "print";
    "UserService.__init__" -> "Logger";
    "UserService.__init__" -> "Repository";
    "VariableVisitor.__init__" -> "super";
    "analyze_impact" -> "enumerate";
    "analyze_impact" -> "get";
    "analyze_impact" -> "len";
    "analyze_impact" -> "print";
    "analyze_impact" -> "semantic_search";
    "analyze_requirement" -> "append";
    "analyze_requirement" -> "len";
    "analyze_requirement" -> "lower";
    "ask_llm" -> "chat";
    "ask_requirement_assistant" -> "ask_llm";
    "ask_requirement_assistant" -> "build_context";
    "ask_requirement_assistant" -> "build_prompt";
    "ask_requirement_assistant" -> "enumerate";
    "ask_requirement_assistant" -> "len";
    "ask_requirement_assistant" -> "print";
    "ask_requirement_assistant" -> "range";
    "ask_requirement_assistant" -> "retrieve_context";
    "build_context" -> "join";
    "build_prompt" -> "join";
    "build_relationship_graph" -> "append";
    "build_relationship_graph" -> "defaultdict";
    "build_relationship_graph" -> "dict";
    "classify_requirement" -> "any";
    "classify_requirement" -> "append";
    "classify_requirement" -> "lower";
    "extract_metadata" -> "any";
    "extract_metadata" -> "lower";
    "find_by_keyword" -> "lower";
    "find_by_product" -> "upper";
    "find_by_type" -> "upper";
    "format_datetime" -> "strftime";
    "generate_acceptance_criteria" -> "append";
    "generate_acceptance_criteria" -> "lower";
    "get_children" -> "get";
    "get_vector_db" -> "Chroma";
    "get_vector_db" -> "HuggingFaceEmbeddings";
    "load_requirements" -> "Path";
    "load_requirements" -> "Requirement";
    "load_requirements" -> "append";
    "load_requirements" -> "extend";
    "load_requirements" -> "get";
    "load_requirements" -> "isinstance";
    "load_requirements" -> "keys";
    "load_requirements" -> "open";
    "load_requirements" -> "rglob";
    "load_requirements" -> "safe_load";
    "load_requirements" -> "split";
    "load_requirements" -> "strip";
+     "main" -> "ArchitectureMetricsReport";
+     "main" -> "ArchitectureMetricsService";
    "main" -> "BoundaryValueGenerator";
    "main" -> "ClassBuilder";
    "main" -> "ClassDependencyAnalysisService";
    "main" -> "ClassDependencyReport";
    "main" -> "ClassVisitor";
    "main" -> "CodeModel";
    "main" -> "CodeModelBuilder";
    "main" -> "CodeRepository";
    "main" -> "CodeService";
    "main" -> "DecisionTableGenerator";
    "main" -> "DependencyAnalysisService";
    "main" -> "DependencyReport";
    "main" -> "DependencyService";
    "main" -> "DependencyVisualizationService";
    "main" -> "FunctionBuilder";
    "main" -> "FunctionVisitor";
    "main" -> "GraphTraversalReport";
    "main" -> "GraphTraversalService";
    "main" -> "ImpactAnalysisReport";
    "main" -> "ImpactAnalysisService";
    "main" -> "ImportVisitor";
    "main" -> "MethodBuilder";
    "main" -> "MethodVisitor";
    "main" -> "ModuleBuilder";
    "main" -> "Path";
    "main" -> "ProjectAnalysisService";
    "main" -> "PythonASTParser";
    "main" -> "RelationshipQueryReport";
    "main" -> "RelationshipQueryService";
    "main" -> "ReportFormatter";
    "main" -> "Requirement";
    "main" -> "SearchService";
    "main" -> "TestDesignEngine";
    "main" -> "analyze";
    "main" -> "analyze_impact";
    "main" -> "analyze_project";
    "main" -> "append";
    "main" -> "build_class";
    "main" -> "build_code";
    "main" -> "build_function";
    "main" -> "build_method";
    "main" -> "build_module";
    "main" -> "enumerate";
    "main" -> "export_all";
    "main" -> "find_class";
    "main" -> "generate";
    "main" -> "get";
    "main" -> "get_code_model";
    "main" -> "get_dependencies";
    "main" -> "get_functions";
    "main" -> "get_methods";
    "main" -> "input";
    "main" -> "items";
    "main" -> "len";
    "main" -> "load";
    "main" -> "parse";
    "main" -> "print";
    "main" -> "print_boundary_cases";
    "main" -> "print_decision_tables";
    "main" -> "print_report";
    "main" -> "print_scenarios";
    "main" -> "save";
    "main" -> "sorted";
    "main" -> "visit";
    "print_graph" -> "items";
    "print_graph" -> "print";
    "retrieve_context" -> "encode";
    "retrieve_context" -> "get_vector_db";
    "retrieve_context" -> "query";
    "retrieve_context" -> "similarity_search";
    "retrieve_context" -> "tolist";
    "semantic_search" -> "encode";
    "semantic_search" -> "query";
    "semantic_search" -> "tolist";
    "store_requirement" -> "add";
    "store_requirement" -> "encode";
    "store_requirement" -> "tolist";
    "summarize_requirement" -> "len";
    "test_age_boundary" -> "BoundaryValueGenerator";
    "test_age_boundary" -> "generate";
    "test_age_boundary" -> "len";
    "test_age_boundary" -> "print";
    "test_password_boundary" -> "BoundaryValueGenerator";
    "test_password_boundary" -> "generate";
    "test_password_boundary" -> "len";
    "test_password_boundary" -> "print";
    "test_quantity_boundary" -> "BoundaryValueGenerator";
    "test_quantity_boundary" -> "generate";
    "test_quantity_boundary" -> "len";
    "test_quantity_boundary" -> "print";
}
